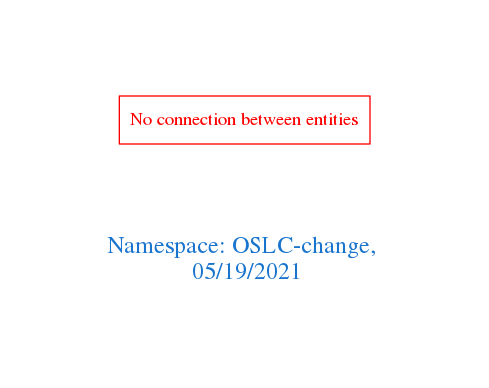
arago/OGIT keeps this Graphviz diagram as downloads/OSLC-change.png. Above is the earlier version. Its source is kept beside it as downloads/OSLC-change.dot.
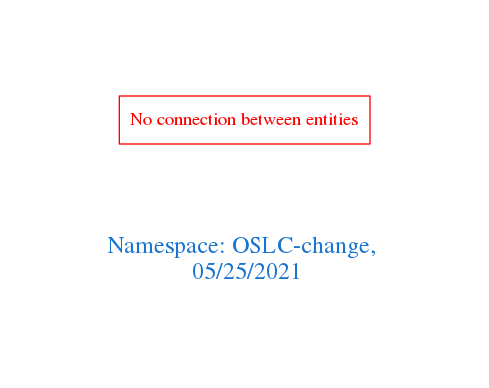
Above is the later version.

The edit, as a diff of the source:
```diff
@@ -1,7 +1,7 @@
 digraph OGIT_ontology {
  graph [ rankdir= LR,pad=1
 fontsize = 18,
-fontcolor= dodgerblue3,label = "\n\n\nNamespace: OSLC-change, \n 05/19/2021"];
+fontcolor= dodgerblue3,label = "\n\n\nNamespace: OSLC-change, \n 05/25/2021"];
 node[shape=polygon];
 edge [  color="gray81"];
 
```
